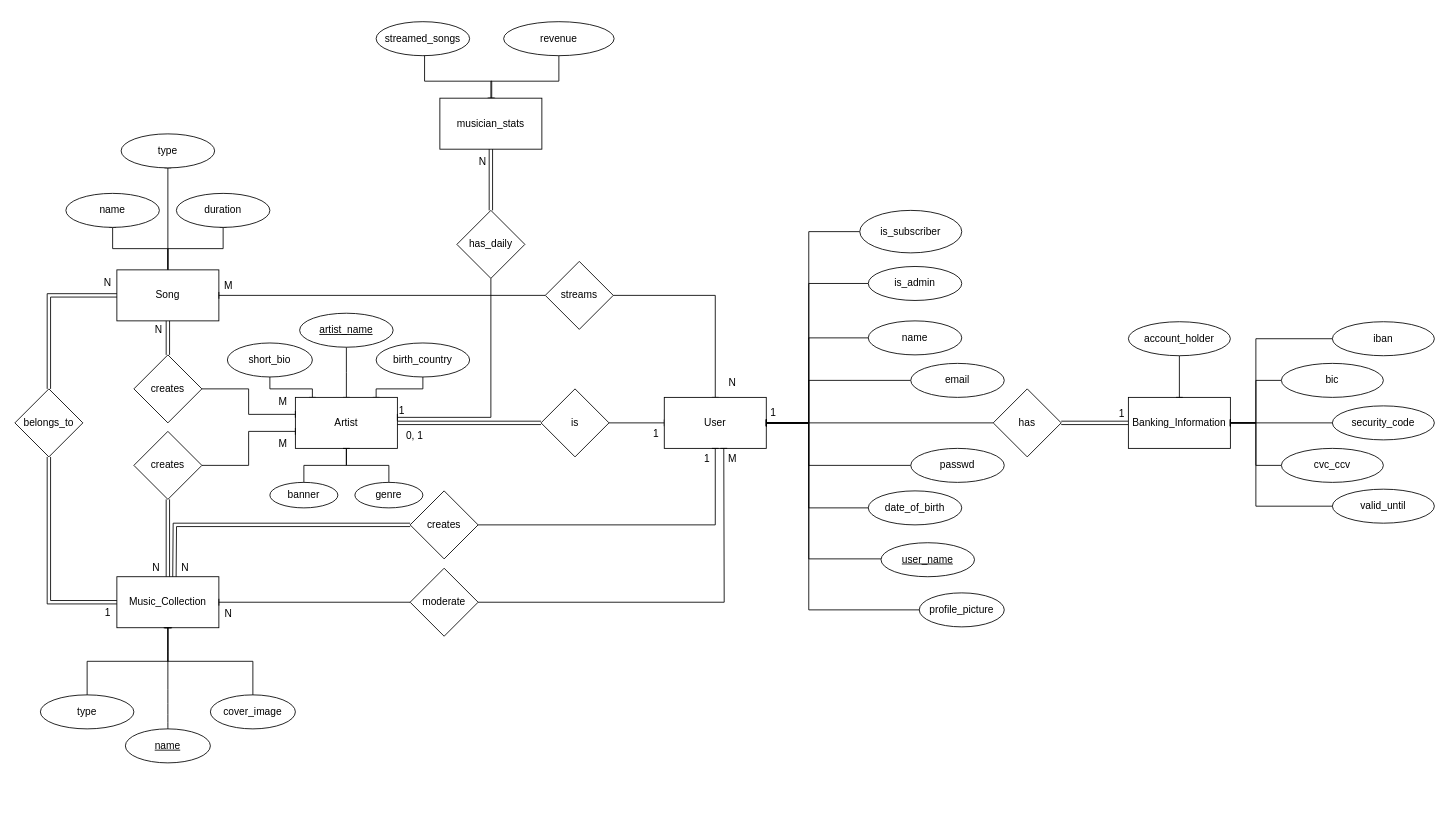
The draw.io diagram PRJ1.2-ERM.drawio in Fontys-PRJ/PRJ1, before the edit. Source tidied: cells renumbered, new cells numbered last; positions are measured from the earlier drawing's top-left corner, leaving out a move shared by most shapes. Both pictures are drawn from the tidied source at 85%, with x=0, y=0 at pixel (14, 21).
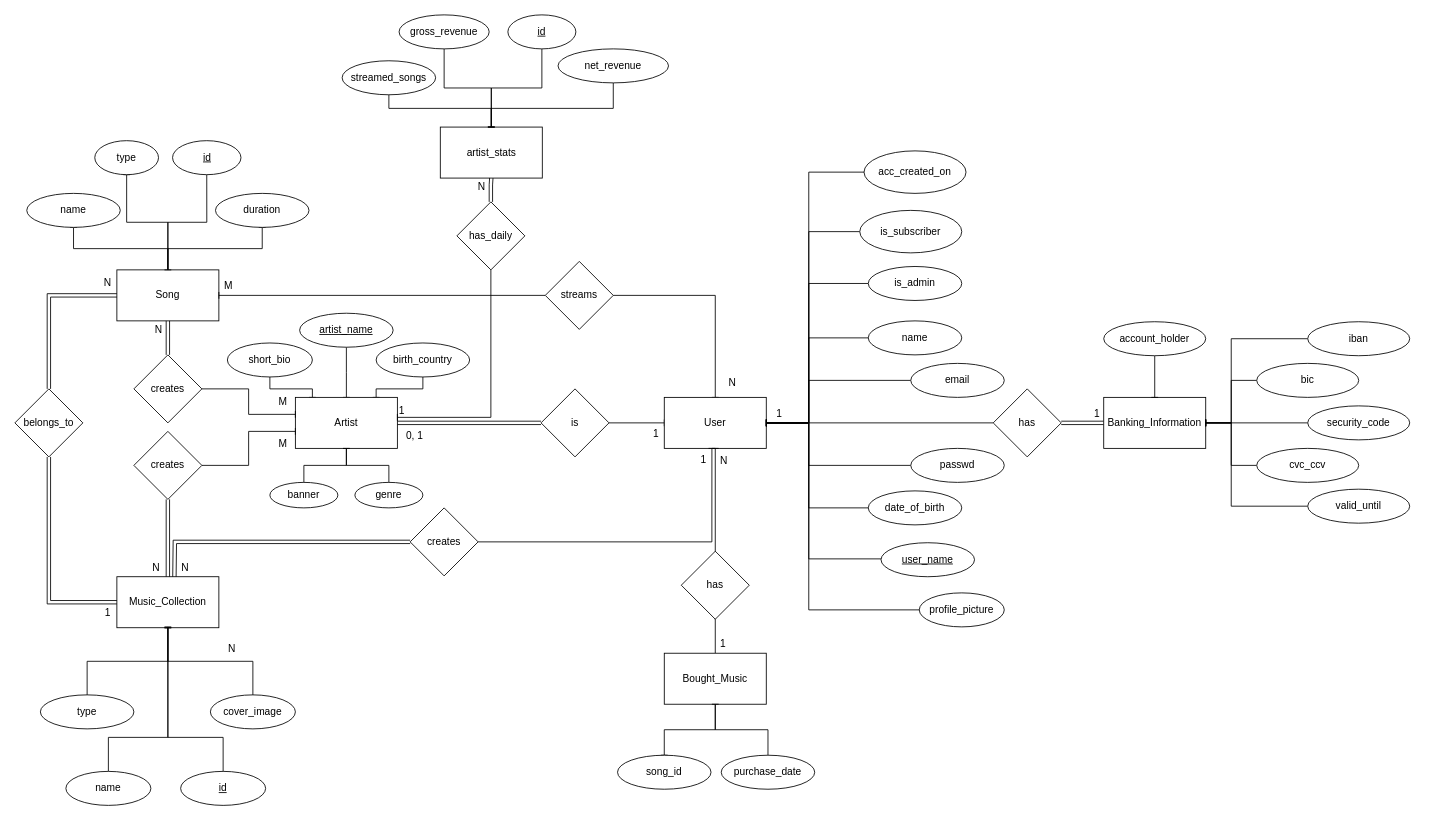
The same diagram, later.

Unchanged cells that the change refers to:
```xml
<mxCell id="5" value="Song" style="rounded=0;whiteSpace=wrap;html=1;" parent="1" vertex="1">
  <mxGeometry x="120" y="292" width="120" height="60" as="geometry" />
</mxCell>
<mxCell id="7" value="Music_Collection" style="rounded=0;whiteSpace=wrap;html=1;" parent="1" vertex="1">
  <mxGeometry x="120" y="653" width="120" height="60" as="geometry" />
</mxCell>
<mxCell id="20" value="User" style="rounded=0;whiteSpace=wrap;html=1;" parent="1" vertex="1">
  <mxGeometry x="764" y="442" width="120" height="60" as="geometry" />
</mxCell>
```

Change to the diagram source:
```diff
@@
-    <mxCell id="2" style="edgeStyle=orthogonalEdgeStyle;rounded=0;jettySize=auto;html=1;entryX=0.5;entryY=1;entryDx=0;entryDy=0;endArrow=baseDash;endFill=0;" parent="1" edge="1" source="5" target="28">
+    <mxCell id="2" style="edgeStyle=orthogonalEdgeStyle;rounded=0;jettySize=auto;html=1;entryX=0.5;entryY=1;entryDx=0;entryDy=0;endArrow=baseDash;endFill=0;exitX=0.5;exitY=0;exitDx=0;exitDy=0;" parent="1" edge="1" source="5" target="28">
       <mxGeometry relative="1" as="geometry" />
     </mxCell>
@@
     <mxCell id="27" value="name" style="ellipse;whiteSpace=wrap;html=1;" parent="1" vertex="1">
-      <mxGeometry x="60" y="202" width="110" height="40" as="geometry" />
+      <mxGeometry x="14" y="202" width="110" height="40" as="geometry" />
     </mxCell>
     <mxCell id="28" value="duration" style="ellipse;whiteSpace=wrap;html=1;" parent="1" vertex="1">
-      <mxGeometry x="190" y="202" width="110" height="40" as="geometry" />
+      <mxGeometry x="236" y="202" width="110" height="40" as="geometry" />
     </mxCell>
     <mxCell id="29" value="type" style="ellipse;whiteSpace=wrap;html=1;" parent="1" vertex="1">
-      <mxGeometry x="125" y="132" width="110" height="40" as="geometry" />
+      <mxGeometry x="94" y="140" width="75" height="40" as="geometry" />
     </mxCell>
-    <mxCell id="30" style="edgeStyle=orthogonalEdgeStyle;rounded=0;jettySize=auto;html=1;entryX=0.5;entryY=1;entryDx=0;entryDy=0;endArrow=baseDash;endFill=0;exitX=1;exitY=0.5;exitDx=0;exitDy=0;" parent="1" edge="1" source="32">
-      <mxGeometry relative="1" as="geometry">
-        <mxPoint x="834" y="502" as="targetPoint" />
-      </mxGeometry>
-    </mxCell>
-    <mxCell id="31" style="edgeStyle=orthogonalEdgeStyle;rounded=0;jettySize=auto;html=1;entryX=1;entryY=0.5;entryDx=0;entryDy=0;endArrow=baseDash;endFill=0;" parent="1" edge="1" source="32" target="7">
-      <mxGeometry relative="1" as="geometry" />
-    </mxCell>
-    <mxCell id="32" value="moderate" style="rhombus;whiteSpace=wrap;html=1;" parent="1" vertex="1">
-      <mxGeometry x="465" y="643" width="80" height="80" as="geometry" />
-    </mxCell>
@@
-    <mxCell id="48" style="edgeStyle=orthogonalEdgeStyle;rounded=0;jettySize=auto;html=1;endArrow=baseDash;endFill=0;exitX=1;exitY=0.5;exitDx=0;exitDy=0;entryX=0.5;entryY=1;entryDx=0;entryDy=0;" parent="1" edge="1" source="49" target="20">
+    <mxCell id="48" style="edgeStyle=orthogonalEdgeStyle;rounded=0;jettySize=auto;html=1;endArrow=baseDash;endFill=0;exitX=1;exitY=0.5;exitDx=0;exitDy=0;entryX=0.467;entryY=1;entryDx=0;entryDy=0;entryPerimeter=0;" parent="1" edge="1" source="49" target="20">
       <mxGeometry relative="1" as="geometry">
         <Array as="points">
-          <mxPoint x="824" y="592" />
+          <mxPoint x="820" y="612" />
         </Array>
       </mxGeometry>
     </mxCell>
     <mxCell id="49" value="creates" style="rhombus;whiteSpace=wrap;html=1;" parent="1" vertex="1">
-      <mxGeometry x="465" y="552" width="80" height="80" as="geometry" />
+      <mxGeometry x="465" y="572" width="80" height="80" as="geometry" />
     </mxCell>
@@
     <mxCell id="51" value="1" style="text;html=1;align=center;verticalAlign=middle;strokeColor=none;fillColor=none;" parent="1" vertex="1">
-      <mxGeometry x="799" y="500" width="30" height="30" as="geometry" />
+      <mxGeometry x="795" y="501" width="30" height="30" as="geometry" />
     </mxCell>
@@
-    <mxCell id="61" value="M" style="text;html=1;align=center;verticalAlign=middle;strokeColor=none;fillColor=none;" parent="1" vertex="1">
-      <mxGeometry x="829" y="500" width="30" height="30" as="geometry" />
-    </mxCell>
     <mxCell id="62" value="N" style="text;html=1;align=center;verticalAlign=middle;strokeColor=none;fillColor=none;" parent="1" vertex="1">
-      <mxGeometry x="236" y="682" width="30" height="30" as="geometry" />
+      <mxGeometry x="240" y="723" width="30" height="30" as="geometry" />
     </mxCell>
@@
-    <mxCell id="74" style="edgeStyle=orthogonalEdgeStyle;rounded=0;jettySize=auto;html=1;endArrow=baseDash;endFill=0;" parent="1" edge="1" source="80">
+    <mxCell id="74" style="edgeStyle=orthogonalEdgeStyle;rounded=0;jettySize=auto;html=1;endArrow=baseDash;endFill=0;entryX=0.5;entryY=0;entryDx=0;entryDy=0;exitX=0.5;exitY=1;exitDx=0;exitDy=0;" parent="1" edge="1" source="80" target="76">
       <mxGeometry relative="1" as="geometry">
-        <mxPoint x="561" y="90" as="targetPoint" />
         <Array as="points">
-          <mxPoint x="482" y="70" />
-          <mxPoint x="561" y="70" />
+          <mxPoint x="440" y="102" />
+          <mxPoint x="561" y="102" />
         </Array>
       </mxGeometry>
     </mxCell>
-    <mxCell id="75" style="edgeStyle=orthogonalEdgeStyle;rounded=0;jettySize=auto;html=1;endArrow=baseDash;endFill=0;" parent="1" edge="1" source="78" target="76">
-      <mxGeometry relative="1" as="geometry">
-        <Array as="points">
-          <mxPoint x="640" y="70" />
-          <mxPoint x="560" y="70" />
-        </Array>
-      </mxGeometry>
-    </mxCell>
-    <mxCell id="76" value="musician_stats" style="rounded=0;whiteSpace=wrap;html=1;" parent="1" vertex="1">
-      <mxGeometry x="500" y="90" width="120" height="60" as="geometry" />
+    <mxCell id="76" value="artist_stats" style="rounded=0;whiteSpace=wrap;html=1;" parent="1" vertex="1">
+      <mxGeometry x="500.5" y="124" width="120" height="60" as="geometry" />
     </mxCell>
@@
+    <mxCell id="75" style="edgeStyle=orthogonalEdgeStyle;rounded=0;jettySize=auto;html=1;entryX=0.5;entryY=0;entryDx=0;entryDy=0;exitX=0.5;exitY=1;exitDx=0;exitDy=0;endArrow=baseDash;endFill=0;" parent="1" edge="1" source="78" target="76">
+      <mxGeometry relative="1" as="geometry">
+        <Array as="points">
+          <mxPoint x="704" y="102" />
+          <mxPoint x="561" y="102" />
+        </Array>
+      </mxGeometry>
+    </mxCell>
-    <mxCell id="78" value="revenue" style="ellipse;whiteSpace=wrap;html=1;" parent="1" vertex="1">
-      <mxGeometry x="575" width="130" height="40" as="geometry" />
+    <mxCell id="78" value="net_revenue" style="ellipse;whiteSpace=wrap;html=1;" parent="1" vertex="1">
+      <mxGeometry x="639" y="32" width="130" height="40" as="geometry" />
     </mxCell>
-    <mxCell id="79" style="edgeStyle=orthogonalEdgeStyle;rounded=0;jettySize=auto;html=1;endArrow=baseDash;endFill=0;" parent="1" edge="1" target="80">
-      <mxGeometry relative="1" as="geometry">
-        <mxPoint x="482" y="40" as="sourcePoint" />
-      </mxGeometry>
-    </mxCell>
     <mxCell id="80" value="streamed_songs" style="ellipse;whiteSpace=wrap;html=1;" parent="1" vertex="1">
-      <mxGeometry x="425" width="110" height="40" as="geometry" />
+      <mxGeometry x="385" y="46" width="110" height="40" as="geometry" />
     </mxCell>
@@
     <mxCell id="82" value="has_daily" style="rhombus;whiteSpace=wrap;html=1;" parent="1" vertex="1">
-      <mxGeometry x="520" y="222" width="80" height="80" as="geometry" />
+      <mxGeometry x="520" y="212" width="80" height="80" as="geometry" />
     </mxCell>
@@
     <mxCell id="84" value="N" style="text;html=1;align=center;verticalAlign=middle;strokeColor=none;fillColor=none;" parent="1" vertex="1">
-      <mxGeometry x="535" y="150" width="30" height="30" as="geometry" />
+      <mxGeometry x="534" y="180" width="30" height="30" as="geometry" />
     </mxCell>
@@
     <mxCell id="88" value="Banking_Information" style="rounded=0;whiteSpace=wrap;html=1;" parent="1" vertex="1">
-      <mxGeometry x="1310" y="442" width="120" height="60" as="geometry" />
+      <mxGeometry x="1281" y="442" width="120" height="60" as="geometry" />
     </mxCell>
@@
     <mxCell id="90" value="account_holder" style="ellipse;whiteSpace=wrap;html=1;" parent="1" vertex="1">
-      <mxGeometry x="1310" y="353" width="120" height="40" as="geometry" />
+      <mxGeometry x="1281" y="353" width="120" height="40" as="geometry" />
     </mxCell>
     <mxCell id="91" style="edgeStyle=orthogonalEdgeStyle;rounded=0;jettySize=auto;html=1;endArrow=baseDash;endFill=0;" parent="1" edge="1" source="92">
       <mxGeometry relative="1" as="geometry">
-        <mxPoint x="1430" y="472" as="targetPoint" />
+        <mxPoint x="1401" y="472" as="targetPoint" />
         <Array as="points">
-          <mxPoint x="1460" y="373" />
-          <mxPoint x="1460" y="472" />
+          <mxPoint x="1431" y="373" />
+          <mxPoint x="1431" y="472" />
         </Array>
       </mxGeometry>
     </mxCell>
     <mxCell id="92" value="iban" style="ellipse;whiteSpace=wrap;html=1;" parent="1" vertex="1">
-      <mxGeometry x="1550" y="353" width="120" height="40" as="geometry" />
+      <mxGeometry x="1521" y="353" width="120" height="40" as="geometry" />
     </mxCell>
@@
     <mxCell id="94" value="bic" style="ellipse;whiteSpace=wrap;html=1;" parent="1" vertex="1">
-      <mxGeometry x="1490" y="402" width="120" height="40" as="geometry" />
+      <mxGeometry x="1461" y="402" width="120" height="40" as="geometry" />
     </mxCell>
@@
     <mxCell id="96" value="cvc_ccv" style="ellipse;whiteSpace=wrap;html=1;" parent="1" vertex="1">
-      <mxGeometry x="1490" y="502" width="120" height="40" as="geometry" />
+      <mxGeometry x="1461" y="502" width="120" height="40" as="geometry" />
     </mxCell>
@@
     <mxCell id="98" value="security_code" style="ellipse;whiteSpace=wrap;html=1;" parent="1" vertex="1">
-      <mxGeometry x="1550" y="452" width="120" height="40" as="geometry" />
+      <mxGeometry x="1521" y="452" width="120" height="40" as="geometry" />
     </mxCell>
     <mxCell id="99" style="edgeStyle=orthogonalEdgeStyle;rounded=0;jettySize=auto;html=1;entryX=1;entryY=0.5;entryDx=0;entryDy=0;endArrow=baseDash;endFill=0;" parent="1" edge="1" source="100" target="88">
       <mxGeometry relative="1" as="geometry">
         <Array as="points">
-          <mxPoint x="1460" y="570" />
-          <mxPoint x="1460" y="472" />
+          <mxPoint x="1431" y="570" />
+          <mxPoint x="1431" y="472" />
         </Array>
       </mxGeometry>
     </mxCell>
     <mxCell id="100" value="valid_until" style="ellipse;whiteSpace=wrap;html=1;" parent="1" vertex="1">
-      <mxGeometry x="1550" y="550" width="120" height="40" as="geometry" />
+      <mxGeometry x="1521" y="550" width="120" height="40" as="geometry" />
     </mxCell>
@@
     <mxCell id="103" value="1" style="text;html=1;align=center;verticalAlign=middle;strokeColor=none;fillColor=none;" parent="1" vertex="1">
-      <mxGeometry x="877" y="445" width="30" height="30" as="geometry" />
+      <mxGeometry x="884" y="446" width="30" height="30" as="geometry" />
     </mxCell>
     <mxCell id="104" value="1" style="text;html=1;align=center;verticalAlign=middle;strokeColor=none;fillColor=none;" parent="1" vertex="1">
-      <mxGeometry x="1287" y="446" width="30" height="30" as="geometry" />
+      <mxGeometry x="1258" y="446" width="30" height="30" as="geometry" />
     </mxCell>
@@
-    <mxCell id="106" style="edgeStyle=none;curved=1;rounded=0;jettySize=auto;html=1;fontSize=12;startSize=8;endSize=8;endArrow=baseDash;endFill=0;" parent="1" edge="1" source="107" target="7">
-      <mxGeometry relative="1" as="geometry" />
+    <mxCell id="106" style="edgeStyle=orthogonalEdgeStyle;rounded=0;jettySize=auto;html=1;entryX=0.5;entryY=1;entryDx=0;entryDy=0;exitX=0.5;exitY=0;exitDx=0;exitDy=0;endArrow=baseDash;endFill=0;" parent="1" edge="1" source="107" target="7">
+      <mxGeometry relative="1" as="geometry">
+        <Array as="points">
+          <mxPoint x="110" y="842" />
+          <mxPoint x="180" y="842" />
+        </Array>
+      </mxGeometry>
     </mxCell>
-    <mxCell id="107" value="&lt;u&gt;name&lt;/u&gt;" style="ellipse;whiteSpace=wrap;html=1;align=center;" parent="1" vertex="1">
-      <mxGeometry x="130" y="832" width="100" height="40" as="geometry" />
+    <mxCell id="107" value="name" style="ellipse;whiteSpace=wrap;html=1;align=center;" parent="1" vertex="1">
+      <mxGeometry x="60" y="882" width="100" height="40" as="geometry" />
     </mxCell>
+    <mxCell id="108" style="edgeStyle=orthogonalEdgeStyle;rounded=0;jettySize=auto;html=1;entryX=1;entryY=0.5;entryDx=0;entryDy=0;endArrow=baseDash;endFill=0;" parent="1" edge="1" target="20">
+      <mxGeometry relative="1" as="geometry">
+        <mxPoint x="1003" y="177" as="sourcePoint" />
+        <Array as="points">
+          <mxPoint x="934" y="177" />
+          <mxPoint x="934" y="472" />
+        </Array>
+      </mxGeometry>
+    </mxCell>
+    <mxCell id="109" value="acc_created_on" style="ellipse;whiteSpace=wrap;html=1;" parent="1" vertex="1">
+      <mxGeometry x="999" y="152" width="120" height="50" as="geometry" />
+    </mxCell>
+    <mxCell id="110" style="edgeStyle=orthogonalEdgeStyle;rounded=0;jettySize=auto;html=1;entryX=0.5;entryY=0;entryDx=0;entryDy=0;endArrow=baseDash;endFill=0;" parent="1" edge="1" source="111" target="76">
+      <mxGeometry relative="1" as="geometry" />
+    </mxCell>
+    <mxCell id="111" value="gross_revenue" style="ellipse;whiteSpace=wrap;html=1;" parent="1" vertex="1">
+      <mxGeometry x="452" y="-8" width="106" height="40" as="geometry" />
+    </mxCell>
+    <mxCell id="112" style="edgeStyle=orthogonalEdgeStyle;rounded=0;jettySize=auto;html=1;entryX=0.5;entryY=1;entryDx=0;entryDy=0;endArrow=baseDash;endFill=0;exitX=0.5;exitY=0;exitDx=0;exitDy=0;" parent="1" edge="1" source="114" target="20">
+      <mxGeometry relative="1" as="geometry" />
+    </mxCell>
+    <mxCell id="113" style="edgeStyle=orthogonalEdgeStyle;rounded=0;jettySize=auto;html=1;endArrow=baseDash;endFill=0;" parent="1" edge="1" source="114" target="115">
+      <mxGeometry relative="1" as="geometry" />
+    </mxCell>
+    <mxCell id="114" value="Bought_Music" style="rounded=0;whiteSpace=wrap;html=1;" parent="1" vertex="1">
+      <mxGeometry x="764" y="743" width="120" height="60" as="geometry" />
+    </mxCell>
+    <mxCell id="115" value="song_id" style="ellipse;whiteSpace=wrap;html=1;" parent="1" vertex="1">
+      <mxGeometry x="709" y="863" width="110" height="40" as="geometry" />
+    </mxCell>
+    <mxCell id="116" style="edgeStyle=orthogonalEdgeStyle;rounded=0;jettySize=auto;html=1;entryX=0.5;entryY=1;entryDx=0;entryDy=0;endArrow=baseDash;endFill=0;" parent="1" edge="1" source="117" target="114">
+      <mxGeometry relative="1" as="geometry" />
+    </mxCell>
+    <mxCell id="117" value="purchase_date" style="ellipse;whiteSpace=wrap;html=1;" parent="1" vertex="1">
+      <mxGeometry x="831" y="863" width="110" height="40" as="geometry" />
+    </mxCell>
+    <mxCell id="118" value="has" style="rhombus;whiteSpace=wrap;html=1;" parent="1" vertex="1">
+      <mxGeometry x="784" y="623" width="80" height="80" as="geometry" />
+    </mxCell>
+    <mxCell id="119" value="N" style="text;html=1;align=center;verticalAlign=middle;strokeColor=none;fillColor=none;" parent="1" vertex="1">
+      <mxGeometry x="819" y="502" width="30" height="30" as="geometry" />
+    </mxCell>
+    <mxCell id="120" value="1" style="text;html=1;align=center;verticalAlign=middle;strokeColor=none;fillColor=none;" parent="1" vertex="1">
+      <mxGeometry x="818" y="717" width="30" height="30" as="geometry" />
+    </mxCell>
+    <mxCell id="121" style="edgeStyle=orthogonalEdgeStyle;rounded=0;orthogonalLoop=1;jettySize=auto;html=1;exitX=0.5;exitY=1;exitDx=0;exitDy=0;endArrow=baseDash;endFill=0;" parent="1" edge="1">
+      <mxGeometry relative="1" as="geometry">
+        <mxPoint x="505" y="812" as="sourcePoint" />
+      </mxGeometry>
+    </mxCell>
+    <mxCell id="122" style="edgeStyle=orthogonalEdgeStyle;rounded=0;orthogonalLoop=1;jettySize=auto;html=1;entryX=0.5;entryY=1;entryDx=0;entryDy=0;endArrow=baseDash;endFill=0;" parent="1" edge="1">
+      <mxGeometry relative="1" as="geometry">
+        <mxPoint x="505" y="901" as="targetPoint" />
+      </mxGeometry>
+    </mxCell>
+    <mxCell id="123" style="edgeStyle=orthogonalEdgeStyle;rounded=0;jettySize=auto;html=1;exitX=0.5;exitY=0;exitDx=0;exitDy=0;endArrow=baseDash;endFill=0;" parent="1" edge="1" source="124">
+      <mxGeometry relative="1" as="geometry">
+        <mxPoint x="180" y="712" as="targetPoint" />
+        <Array as="points">
+          <mxPoint x="245" y="842" />
+          <mxPoint x="180" y="842" />
+        </Array>
+      </mxGeometry>
+    </mxCell>
+    <mxCell id="124" value="&lt;u&gt;id&lt;/u&gt;" style="ellipse;whiteSpace=wrap;html=1;align=center;" parent="1" vertex="1">
+      <mxGeometry x="195" y="882" width="100" height="40" as="geometry" />
+    </mxCell>
+    <mxCell id="125" style="edgeStyle=orthogonalEdgeStyle;rounded=0;jettySize=auto;html=1;entryX=0.5;entryY=0;entryDx=0;entryDy=0;endArrow=baseDash;endFill=0;" parent="1" edge="1" source="126" target="5">
+      <mxGeometry relative="1" as="geometry" />
+    </mxCell>
+    <mxCell id="126" value="&lt;u&gt;id&lt;/u&gt;" style="ellipse;whiteSpace=wrap;html=1;align=center;" parent="1" vertex="1">
+      <mxGeometry x="185.5" y="140" width="80.5" height="40" as="geometry" />
+    </mxCell>
+    <mxCell id="127" style="edgeStyle=orthogonalEdgeStyle;rounded=0;jettySize=auto;html=1;endArrow=baseDash;endFill=0;" parent="1" edge="1" source="128" target="76">
+      <mxGeometry relative="1" as="geometry" />
+    </mxCell>
+    <mxCell id="128" value="&lt;u&gt;id&lt;/u&gt;" style="ellipse;whiteSpace=wrap;html=1;" parent="1" vertex="1">
+      <mxGeometry x="580" y="-8" width="80" height="40" as="geometry" />
+    </mxCell>
```
